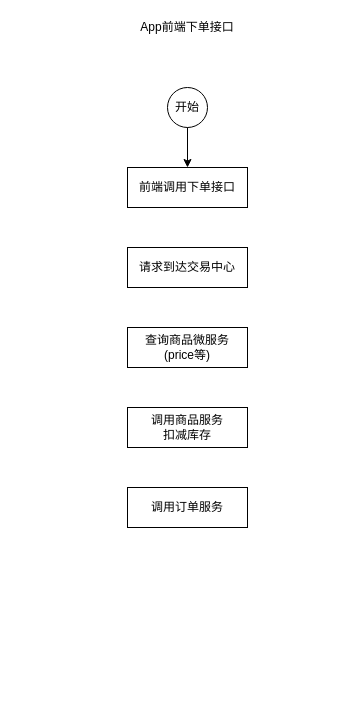
chenrushui/draw keeps this draw.io diagram as 数据一致性梳理.drawio. Above is the earlier version. Source tidied: cells renumbered, new cells numbered last; positions are measured from the earlier drawing's top-left corner, leaving out a move shared by most shapes. Both pictures are drawn from the tidied source at 100%, with x=0, y=0 at pixel (127, 17).
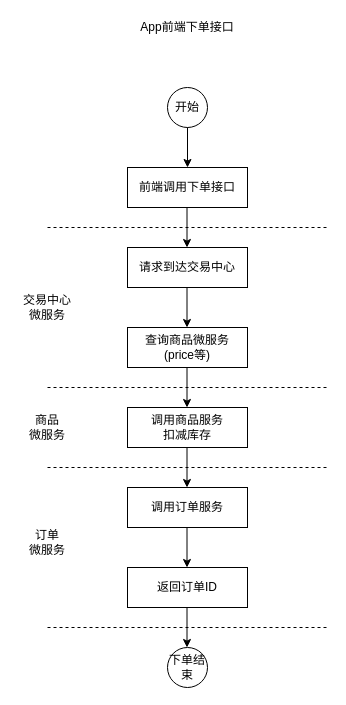
Above is the later version.

Commit message (it also covers changes not shown here):
数据一致性梳理.drawio

Diff of the diagram source:
```diff
@@
+    <mxCell id="10" value="下单结束" style="ellipse;whiteSpace=wrap;html=1;" parent="1" vertex="1">
+      <mxGeometry x="40" y="630" width="40" height="40" as="geometry" />
+    </mxCell>
+    <mxCell id="11" value="返回订单ID" style="rounded=0;whiteSpace=wrap;html=1;" parent="1" vertex="1">
+      <mxGeometry y="550" width="120" height="40" as="geometry" />
+    </mxCell>
+    <mxCell id="12" style="endArrow=classic;html=1;entryX=0.5;entryY=0;entryDx=0;entryDy=0;exitX=0.5;exitY=1;exitDx=0;exitDy=0;" parent="1" edge="1">
+      <mxGeometry relative="1" as="geometry">
+        <mxPoint x="59.5" y="190" as="sourcePoint" />
+        <mxPoint x="59.5" y="230" as="targetPoint" />
+      </mxGeometry>
+    </mxCell>
+    <mxCell id="13" style="endArrow=classic;html=1;entryX=0.5;entryY=0;entryDx=0;entryDy=0;exitX=0.5;exitY=1;exitDx=0;exitDy=0;" parent="1" edge="1">
+      <mxGeometry relative="1" as="geometry">
+        <mxPoint x="59.5" y="270" as="sourcePoint" />
+        <mxPoint x="59.5" y="310" as="targetPoint" />
+      </mxGeometry>
+    </mxCell>
+    <mxCell id="14" style="endArrow=classic;html=1;entryX=0.5;entryY=0;entryDx=0;entryDy=0;exitX=0.5;exitY=1;exitDx=0;exitDy=0;" parent="1" edge="1">
+      <mxGeometry relative="1" as="geometry">
+        <mxPoint x="59.5" y="350" as="sourcePoint" />
+        <mxPoint x="59.5" y="390" as="targetPoint" />
+      </mxGeometry>
+    </mxCell>
+    <mxCell id="15" style="endArrow=classic;html=1;entryX=0.5;entryY=0;entryDx=0;entryDy=0;exitX=0.5;exitY=1;exitDx=0;exitDy=0;" parent="1" edge="1">
+      <mxGeometry relative="1" as="geometry">
+        <mxPoint x="59.5" y="430" as="sourcePoint" />
+        <mxPoint x="59.5" y="470" as="targetPoint" />
+      </mxGeometry>
+    </mxCell>
+    <mxCell id="16" style="endArrow=classic;html=1;entryX=0.5;entryY=0;entryDx=0;entryDy=0;exitX=0.5;exitY=1;exitDx=0;exitDy=0;" parent="1" edge="1">
+      <mxGeometry relative="1" as="geometry">
+        <mxPoint x="59.5" y="510" as="sourcePoint" />
+        <mxPoint x="59.5" y="550" as="targetPoint" />
+      </mxGeometry>
+    </mxCell>
+    <mxCell id="17" style="endArrow=classic;html=1;entryX=0.5;entryY=0;entryDx=0;entryDy=0;exitX=0.5;exitY=1;exitDx=0;exitDy=0;" parent="1" edge="1">
+      <mxGeometry relative="1" as="geometry">
+        <mxPoint x="59.5" y="590" as="sourcePoint" />
+        <mxPoint x="59.5" y="630" as="targetPoint" />
+      </mxGeometry>
+    </mxCell>
+    <mxCell id="18" value="交易中心微服务" style="text;html=1;strokeColor=none;fillColor=none;align=center;verticalAlign=middle;whiteSpace=wrap;rounded=0;" parent="1" vertex="1">
+      <mxGeometry x="-110" y="280" width="60" height="20" as="geometry" />
+    </mxCell>
+    <mxCell id="19" value="商品&lt;br&gt;微服务" style="text;html=1;strokeColor=none;fillColor=none;align=center;verticalAlign=middle;whiteSpace=wrap;rounded=0;" parent="1" vertex="1">
+      <mxGeometry x="-110" y="400" width="60" height="20" as="geometry" />
+    </mxCell>
+    <mxCell id="20" value="订单&lt;br&gt;微服务" style="text;html=1;strokeColor=none;fillColor=none;align=center;verticalAlign=middle;whiteSpace=wrap;rounded=0;" parent="1" vertex="1">
+      <mxGeometry x="-110" y="515" width="60" height="20" as="geometry" />
+    </mxCell>
+    <mxCell id="21" style="endArrow=none;dashed=1;html=1;" parent="1" edge="1">
+      <mxGeometry relative="1" as="geometry">
+        <mxPoint x="-80" y="210" as="sourcePoint" />
+        <mxPoint x="200" y="210" as="targetPoint" />
+      </mxGeometry>
+    </mxCell>
+    <mxCell id="22" style="endArrow=none;dashed=1;html=1;" parent="1" edge="1">
+      <mxGeometry relative="1" as="geometry">
+        <mxPoint x="-80" y="370" as="sourcePoint" />
+        <mxPoint x="200" y="370" as="targetPoint" />
+      </mxGeometry>
+    </mxCell>
+    <mxCell id="23" style="endArrow=none;dashed=1;html=1;" parent="1" edge="1">
+      <mxGeometry relative="1" as="geometry">
+        <mxPoint x="-80" y="450" as="sourcePoint" />
+        <mxPoint x="200" y="450" as="targetPoint" />
+      </mxGeometry>
+    </mxCell>
+    <mxCell id="24" style="endArrow=none;dashed=1;html=1;" parent="1" edge="1">
+      <mxGeometry relative="1" as="geometry">
+        <mxPoint x="-80" y="610" as="sourcePoint" />
+        <mxPoint x="200" y="610" as="targetPoint" />
+      </mxGeometry>
+    </mxCell>
```
